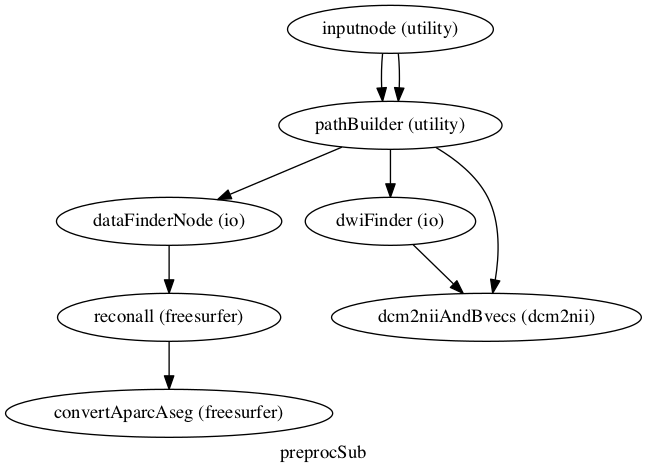
This is notebooks/workflow_graph.dot.png from BrainModes/TVB-Pypeline, a Graphviz export, as it was before one commit. Its source is kept beside it as notebooks/workflow_graph.dot.
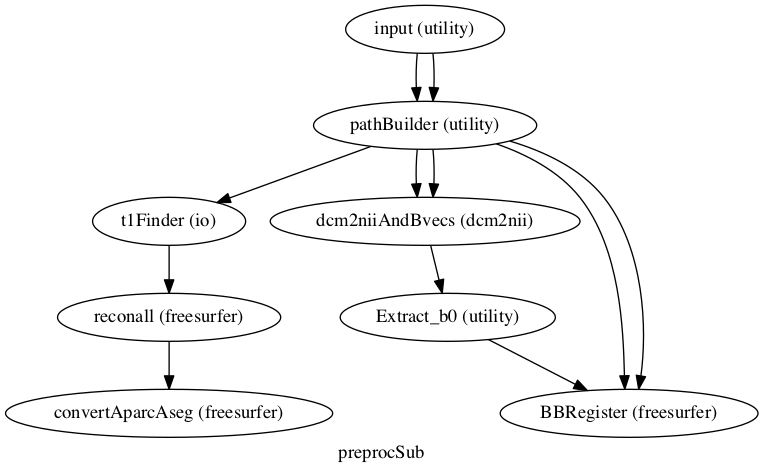
Above is the later version.

Change to the diagram source:
```diff
@@ -1,18 +1,22 @@
 digraph preprocSub{
   label="preprocSub";
-  preprocSub_inputnode[label="inputnode (utility)"];
+  preprocSub_input[label="input (utility)"];
   preprocSub_pathBuilder[label="pathBuilder (utility)"];
-  preprocSub_dataFinderNode[label="dataFinderNode (io)"];
+  preprocSub_t1Finder[label="t1Finder (io)"];
   preprocSub_reconall[label="reconall (freesurfer)"];
   preprocSub_convertAparcAseg[label="convertAparcAseg (freesurfer)"];
-  preprocSub_dwiFinder[label="dwiFinder (io)"];
   preprocSub_dcm2niiAndBvecs[label="dcm2niiAndBvecs (dcm2nii)"];
-  preprocSub_inputnode -> preprocSub_pathBuilder;
-  preprocSub_inputnode -> preprocSub_pathBuilder;
-  preprocSub_pathBuilder -> preprocSub_dataFinderNode;
+  preprocSub_Extract_b0[label="Extract_b0 (utility)"];
+  preprocSub_BBRegister[label="BBRegister (freesurfer)"];
+  preprocSub_input -> preprocSub_pathBuilder;
+  preprocSub_input -> preprocSub_pathBuilder;
+  preprocSub_pathBuilder -> preprocSub_BBRegister;
+  preprocSub_pathBuilder -> preprocSub_BBRegister;
+  preprocSub_pathBuilder -> preprocSub_t1Finder;
   preprocSub_pathBuilder -> preprocSub_dcm2niiAndBvecs;
-  preprocSub_pathBuilder -> preprocSub_dwiFinder;
-  preprocSub_dataFinderNode -> preprocSub_reconall;
+  preprocSub_pathBuilder -> preprocSub_dcm2niiAndBvecs;
+  preprocSub_t1Finder -> preprocSub_reconall;
   preprocSub_reconall -> preprocSub_convertAparcAseg;
-  preprocSub_dwiFinder -> preprocSub_dcm2niiAndBvecs;
+  preprocSub_dcm2niiAndBvecs -> preprocSub_Extract_b0;
+  preprocSub_Extract_b0 -> preprocSub_BBRegister;
 }
```
